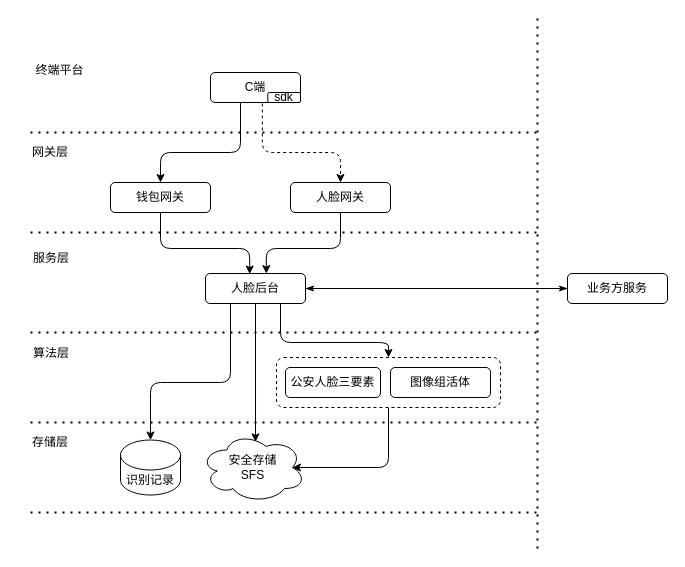
This is 人脸系统设计.drawio from hua66ForFreedom/JustForTest, a draw.io file, before an edit. Source tidied: cells renumbered, new cells numbered last; positions are measured from the earlier drawing's top-left corner, leaving out a move shared by most shapes. Both pictures are drawn from the tidied source at 100%, with x=0, y=0 at pixel (17, 18).
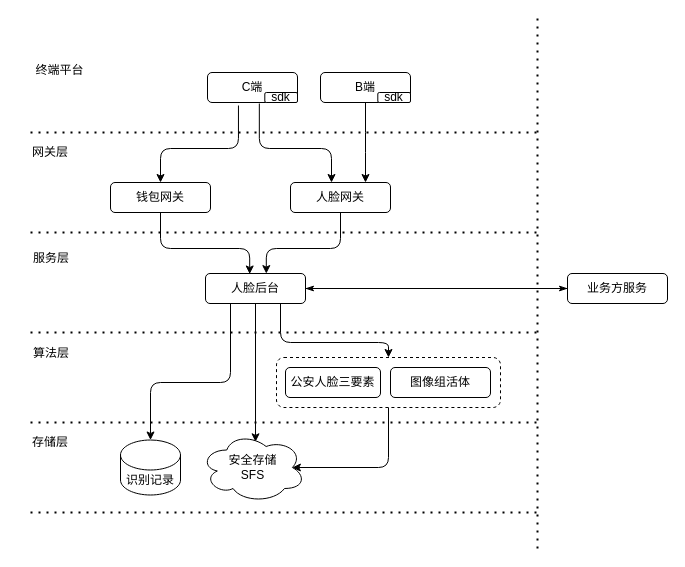
The same diagram, later.

Commit message:
Update 人脸系统设计.drawio

The change refers to these unchanged cells:
```xml
<mxCell id="4" value="C端" style="rounded=1;whiteSpace=wrap;html=1;" parent="3" vertex="1">
  <mxGeometry width="90" height="30" as="geometry" />
</mxCell>
<mxCell id="7" value="钱包网关" style="rounded=1;whiteSpace=wrap;html=1;" parent="1" vertex="1">
  <mxGeometry x="93" y="164" width="100" height="30" as="geometry" />
</mxCell>
<mxCell id="9" value="人脸网关" style="rounded=1;whiteSpace=wrap;html=1;" parent="1" vertex="1">
  <mxGeometry x="273" y="164" width="100" height="30" as="geometry" />
</mxCell>
```

Diff of the diagram source:
```diff
@@
     <mxCell id="3" style="group;" parent="1" vertex="1">
-      <mxGeometry x="193" y="54" width="90" height="30" as="geometry" />
+      <mxGeometry x="190" y="54" width="90" height="30" as="geometry" />
     </mxCell>
@@
+    <mxCell id="35" style="edgeStyle=elbowEdgeStyle;rounded=1;jettySize=auto;html=1;exitX=0.5;exitY=0;exitDx=0;exitDy=0;entryX=0.344;entryY=1.1;entryDx=0;entryDy=0;entryPerimeter=0;endArrow=none;endFill=0;startArrow=classic;startFill=1;elbow=vertical;" parent="1" edge="1" source="7" target="4">
+      <mxGeometry relative="1" as="geometry">
+        <Array as="points">
+          <mxPoint x="180" y="130" />
+        </Array>
+      </mxGeometry>
+    </mxCell>
@@
-    <mxCell id="10" style="jettySize=auto;html=1;entryX=0.5;entryY=0;entryDx=0;entryDy=0;edgeStyle=orthogonalEdgeStyle;" parent="1" edge="1" target="7">
-      <mxGeometry relative="1" as="geometry">
-        <mxPoint x="223" y="84" as="sourcePoint" />
-        <Array as="points">
-          <mxPoint x="223" y="84" />
-          <mxPoint x="223" y="134" />
-          <mxPoint x="143" y="134" />
-        </Array>
-      </mxGeometry>
-    </mxCell>
@@
-    <mxCell id="19" style="edgeStyle=elbowEdgeStyle;jettySize=auto;html=1;exitX=0.576;exitY=1.033;exitDx=0;exitDy=0;dashed=1;elbow=vertical;exitPerimeter=0;entryX=0.5;entryY=0;entryDx=0;entryDy=0;" parent="1" edge="1" source="4" target="9">
+    <mxCell id="19" style="edgeStyle=elbowEdgeStyle;jettySize=auto;html=1;exitX=0.576;exitY=1.033;exitDx=0;exitDy=0;elbow=vertical;exitPerimeter=0;entryX=0.41;entryY=0;entryDx=0;entryDy=0;entryPerimeter=0;" parent="1" edge="1" source="4" target="9">
       <mxGeometry relative="1" as="geometry">
         <Array as="points">
-          <mxPoint x="283" y="134" />
+          <mxPoint x="270" y="130" />
           <mxPoint x="283" y="124" />
         </Array>
       </mxGeometry>
     </mxCell>
@@
+    <mxCell id="36" style="group;" parent="1" vertex="1">
+      <mxGeometry x="303" y="54" width="90" height="30" as="geometry" />
+    </mxCell>
+    <mxCell id="37" value="B端" style="rounded=1;whiteSpace=wrap;html=1;" parent="36" vertex="1">
+      <mxGeometry width="90" height="30" as="geometry" />
+    </mxCell>
+    <mxCell id="38" value="sdk" style="rounded=1;whiteSpace=wrap;html=1;" parent="36" vertex="1">
+      <mxGeometry x="57.3" y="20" width="32.7" height="10" as="geometry" />
+    </mxCell>
+    <mxCell id="39" style="edgeStyle=elbowEdgeStyle;rounded=1;jettySize=auto;elbow=vertical;html=1;exitX=0.5;exitY=1;exitDx=0;exitDy=0;entryX=0.75;entryY=0;entryDx=0;entryDy=0;startArrow=none;startFill=0;endArrow=classic;endFill=1;" parent="1" edge="1" source="37" target="9">
+      <mxGeometry relative="1" as="geometry" />
+    </mxCell>
```
